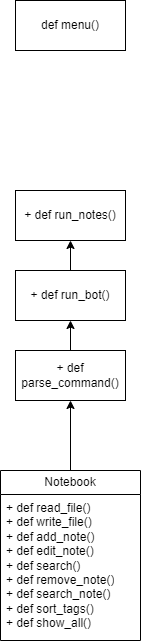
The draw.io diagram Untitled Diagram.drawio.png in dragomar14/WEB-HW-01, before a commit. Source tidied: cells renumbered, new cells last; positions are measured from the earlier drawing's top-left corner, leaving out a move shared by most shapes. The source it was exported from:
```xml
<mxGraphModel>
  <root>
    <mxCell id="0" />
    <mxCell id="1" parent="0" />
    <mxCell id="2" value="def menu()" style="html=1;whiteSpace=wrap;" parent="1" vertex="1">
      <mxGeometry x="15" width="110" height="50" as="geometry" />
    </mxCell>
    <mxCell id="3" value="+ def run_notes()" style="html=1;whiteSpace=wrap;" parent="1" vertex="1">
      <mxGeometry x="15" y="190" width="110" height="50" as="geometry" />
    </mxCell>
    <mxCell id="4" style="edgeStyle=orthogonalEdgeStyle;rounded=0;jettySize=auto;html=1;exitX=0.5;exitY=0;exitDx=0;exitDy=0;entryX=0.5;entryY=1;entryDx=0;entryDy=0;" parent="1" edge="1" source="5" target="3">
      <mxGeometry relative="1" as="geometry" />
    </mxCell>
    <mxCell id="5" value="+ def run_bot()" style="html=1;whiteSpace=wrap;" parent="1" vertex="1">
      <mxGeometry x="15" y="270" width="110" height="50" as="geometry" />
    </mxCell>
    <mxCell id="6" style="edgeStyle=orthogonalEdgeStyle;rounded=0;jettySize=auto;html=1;exitX=0.5;exitY=0;exitDx=0;exitDy=0;entryX=0.5;entryY=1;entryDx=0;entryDy=0;" parent="1" edge="1" source="7" target="5">
      <mxGeometry relative="1" as="geometry" />
    </mxCell>
    <mxCell id="7" value="+ def parse_command()" style="html=1;whiteSpace=wrap;" parent="1" vertex="1">
      <mxGeometry x="15" y="350" width="110" height="50" as="geometry" />
    </mxCell>
    <mxCell id="8" style="edgeStyle=orthogonalEdgeStyle;rounded=0;jettySize=auto;html=1;exitX=0.5;exitY=0;exitDx=0;exitDy=0;entryX=0.5;entryY=1;entryDx=0;entryDy=0;" parent="1" edge="1" source="9" target="7">
      <mxGeometry relative="1" as="geometry" />
    </mxCell>
    <mxCell id="9" value="Notebook" style="swimlane;fontStyle=0;horizontal=1;startSize=24;fillColor=none;whiteSpace=wrap;html=1;" parent="1" vertex="1">
      <mxGeometry y="470" width="140" height="170" as="geometry" />
    </mxCell>
    <mxCell id="10" value="+ def read_file()&lt;br&gt;+ def write_file()&lt;br&gt;+ def add_note()&lt;br&gt;+ def edit_note()&lt;br&gt;+ def search()&lt;br&gt;+ def remove_note()&lt;br&gt;+ def search_note()&lt;br&gt;+ def sort_tags()&lt;br&gt;+ def show_all()" style="text;strokeColor=none;fillColor=none;align=left;verticalAlign=top;spacingLeft=4;spacingRight=4;overflow=hidden;points=[[0,0.5],[1,0.5]];portConstraint=eastwest;whiteSpace=wrap;html=1;" parent="9" vertex="1">
      <mxGeometry y="24" width="140" height="146" as="geometry" />
    </mxCell>
  </root>
</mxGraphModel>
```
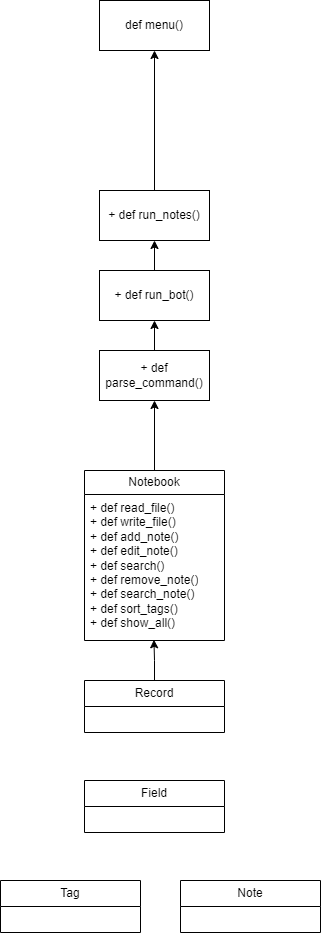
Above is the later version.

Change to the diagram source:
```diff
@@ -5,6 +5,9 @@
     <mxCell id="2" value="def menu()" style="html=1;whiteSpace=wrap;" parent="1" vertex="1">
       <mxGeometry x="15" width="110" height="50" as="geometry" />
     </mxCell>
+    <mxCell id="11" style="edgeStyle=orthogonalEdgeStyle;rounded=0;jettySize=auto;html=1;exitX=0.5;exitY=0;exitDx=0;exitDy=0;entryX=0.5;entryY=1;entryDx=0;entryDy=0;" parent="1" edge="1" source="3" target="2">
+      <mxGeometry relative="1" as="geometry" />
+    </mxCell>
     <mxCell id="3" value="+ def run_notes()" style="html=1;whiteSpace=wrap;" parent="1" vertex="1">
       <mxGeometry x="15" y="190" width="110" height="50" as="geometry" />
     </mxCell>
@@ -29,5 +32,20 @@
     <mxCell id="10" value="+ def read_file()&lt;br&gt;+ def write_file()&lt;br&gt;+ def add_note()&lt;br&gt;+ def edit_note()&lt;br&gt;+ def search()&lt;br&gt;+ def remove_note()&lt;br&gt;+ def search_note()&lt;br&gt;+ def sort_tags()&lt;br&gt;+ def show_all()" style="text;strokeColor=none;fillColor=none;align=left;verticalAlign=top;spacingLeft=4;spacingRight=4;overflow=hidden;points=[[0,0.5],[1,0.5]];portConstraint=eastwest;whiteSpace=wrap;html=1;" parent="9" vertex="1">
       <mxGeometry y="24" width="140" height="146" as="geometry" />
     </mxCell>
+    <mxCell id="12" style="edgeStyle=orthogonalEdgeStyle;rounded=0;jettySize=auto;html=1;exitX=0.5;exitY=0;exitDx=0;exitDy=0;entryX=0.496;entryY=0.995;entryDx=0;entryDy=0;entryPerimeter=0;" parent="1" edge="1" source="13" target="10">
+      <mxGeometry relative="1" as="geometry" />
+    </mxCell>
+    <mxCell id="13" value="Record" style="swimlane;fontStyle=0;horizontal=1;startSize=26;fillColor=none;whiteSpace=wrap;html=1;" parent="1" vertex="1">
+      <mxGeometry y="680" width="140" height="52" as="geometry" />
+    </mxCell>
+    <mxCell id="14" value="Field" style="swimlane;fontStyle=0;horizontal=1;startSize=26;fillColor=none;whiteSpace=wrap;html=1;" parent="1" vertex="1">
+      <mxGeometry y="780" width="140" height="52" as="geometry" />
+    </mxCell>
+    <mxCell id="15" value="Tag" style="swimlane;fontStyle=0;horizontal=1;startSize=26;fillColor=none;whiteSpace=wrap;html=1;" parent="1" vertex="1">
+      <mxGeometry x="-84" y="880" width="140" height="52" as="geometry" />
+    </mxCell>
+    <mxCell id="16" value="Note" style="swimlane;fontStyle=0;horizontal=1;startSize=26;fillColor=none;whiteSpace=wrap;html=1;" parent="1" vertex="1">
+      <mxGeometry x="96" y="880" width="140" height="52" as="geometry" />
+    </mxCell>
   </root>
 </mxGraphModel>
```
